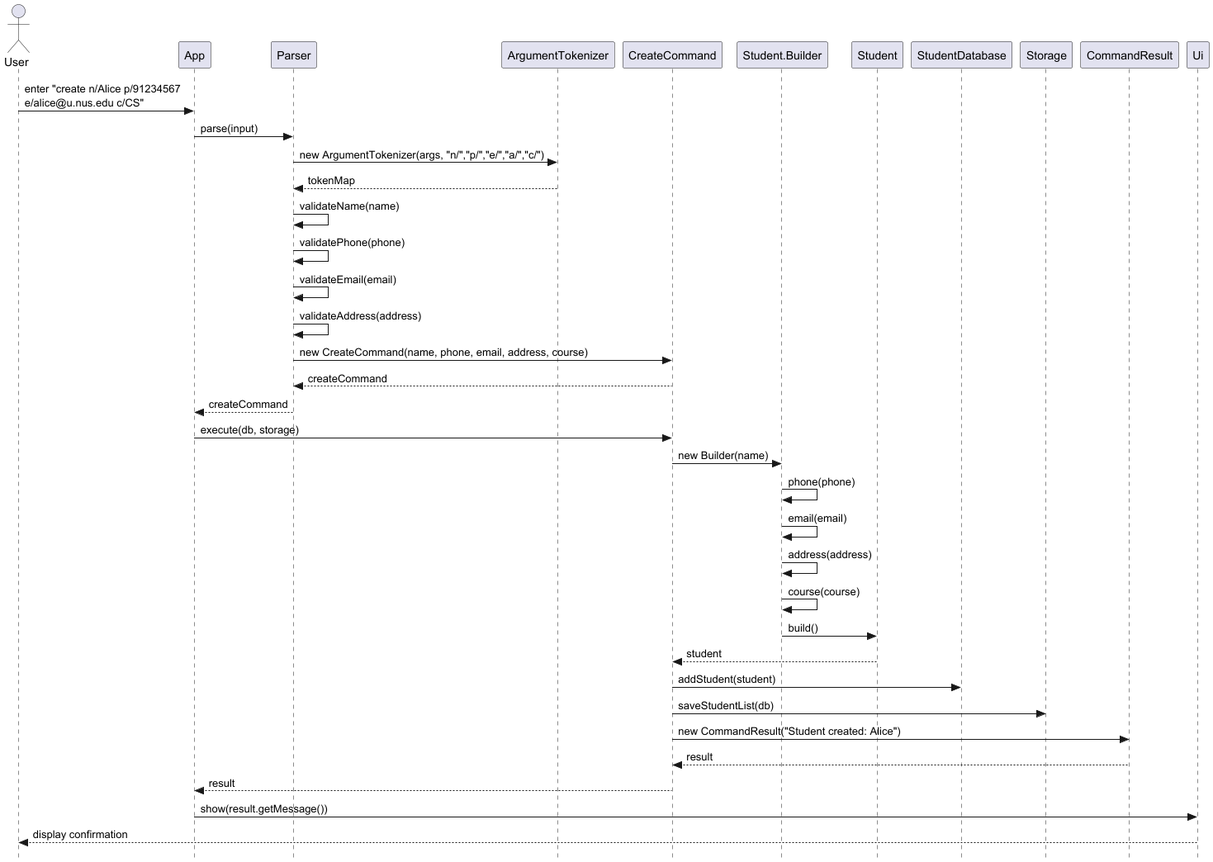
Earlier version of the PlantUML export docs/images/CreateCommandSequence.png (AgaraNUS/tp).
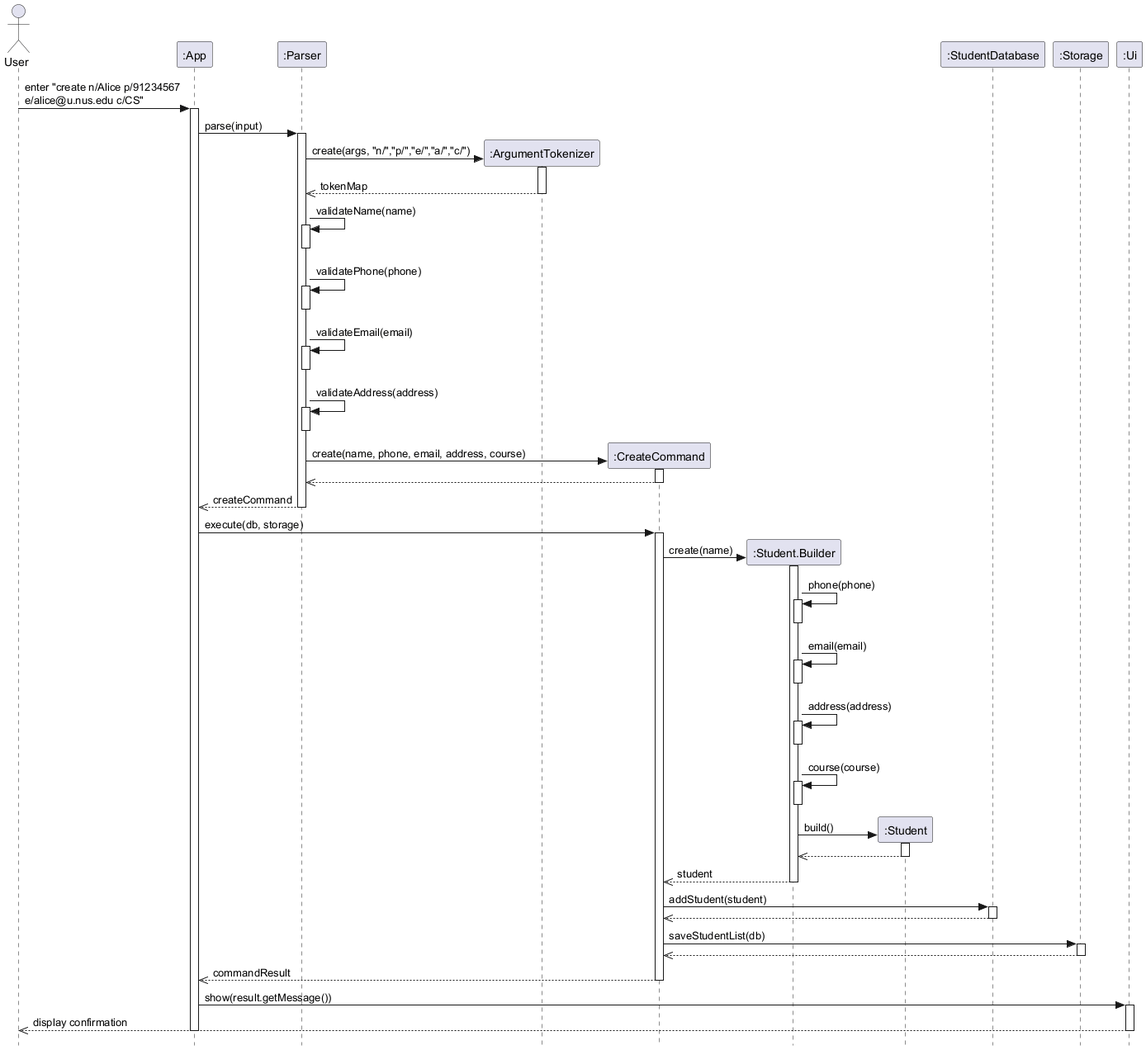
After the change.

Change to the diagram source:
```diff
@@ -2,30 +2,77 @@
 skinparam style strictuml
 actor User
 
+participant ":App" as App
+participant ":Parser" as Parser
+participant ":ArgumentTokenizer" as ArgumentTokenizer
+participant ":CreateCommand" as CreateCommand
+participant ":Student.Builder" as Builder
+participant ":Student" as Student
+participant ":StudentDatabase" as StudentDatabase
+participant ":Storage" as Storage
+participant ":Ui" as Ui
+
 User -> App : enter "create n/Alice p/91234567\ne/alice@u.nus.edu c/CS"
+activate App
 App -> Parser : parse(input)
-Parser -> ArgumentTokenizer : new ArgumentTokenizer(args, "n/","p/","e/","a/","c/")
-ArgumentTokenizer --> Parser : tokenMap
+activate Parser
+Parser -> ArgumentTokenizer ** : create(args, "n/","p/","e/","a/","c/")
+activate ArgumentTokenizer
+ArgumentTokenizer -->> Parser : tokenMap
+deactivate ArgumentTokenizer
 Parser -> Parser : validateName(name)
+activate Parser
+deactivate Parser
 Parser -> Parser : validatePhone(phone)
+activate Parser
+deactivate Parser
 Parser -> Parser : validateEmail(email)
+activate Parser
+deactivate Parser
 Parser -> Parser : validateAddress(address)
-Parser -> CreateCommand : new CreateCommand(name, phone, email, address, course)
-CreateCommand --> Parser : createCommand
-Parser --> App : createCommand
+activate Parser
+deactivate Parser
+Parser -> CreateCommand ** : create(name, phone, email, address, course)
+activate CreateCommand
+CreateCommand -->> Parser
+deactivate CreateCommand
+Parser -->> App : createCommand
+deactivate Parser
 App -> CreateCommand : execute(db, storage)
-CreateCommand -> "Student.Builder" : new Builder(name)
-"Student.Builder" -> "Student.Builder" : phone(phone)
-"Student.Builder" -> "Student.Builder" : email(email)
-"Student.Builder" -> "Student.Builder" : address(address)
-"Student.Builder" -> "Student.Builder" : course(course)
-"Student.Builder" -> Student : build()
-Student --> CreateCommand : student
+activate CreateCommand
+CreateCommand -> Builder ** : create(name)
+activate Builder
+Builder -> Builder : phone(phone)
+activate Builder
+deactivate Builder
+Builder -> Builder : email(email)
+activate Builder
+deactivate Builder
+Builder -> Builder : address(address)
+activate Builder
+deactivate Builder
+Builder -> Builder : course(course)
+activate Builder
+deactivate Builder
+Builder -> Student ** : build()
+activate Student
+Student -->> Builder
+deactivate Student
+Builder -->> CreateCommand : student
+deactivate Builder
 CreateCommand -> StudentDatabase : addStudent(student)
+activate StudentDatabase
+StudentDatabase -->> CreateCommand
+deactivate StudentDatabase
 CreateCommand -> Storage : saveStudentList(db)
-CreateCommand -> CommandResult : new CommandResult("Student created: Alice")
-CommandResult --> CreateCommand : result
-CreateCommand --> App : result
+activate Storage
+Storage -->> CreateCommand
+deactivate Storage
+CreateCommand -->> App : commandResult
+deactivate CreateCommand
 App -> Ui : show(result.getMessage())
-Ui --> User : display confirmation
+activate Ui
+Ui -->> User : display confirmation
+deactivate Ui
+deactivate App
 @enduml
```
